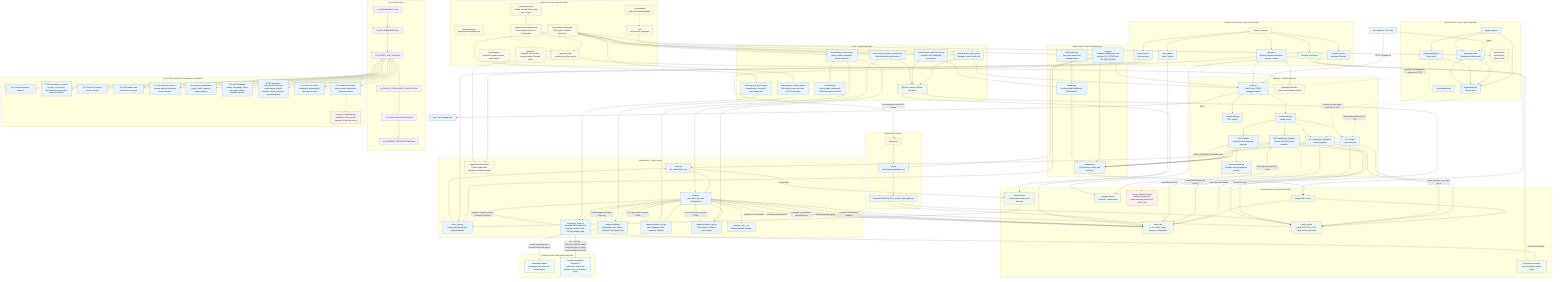
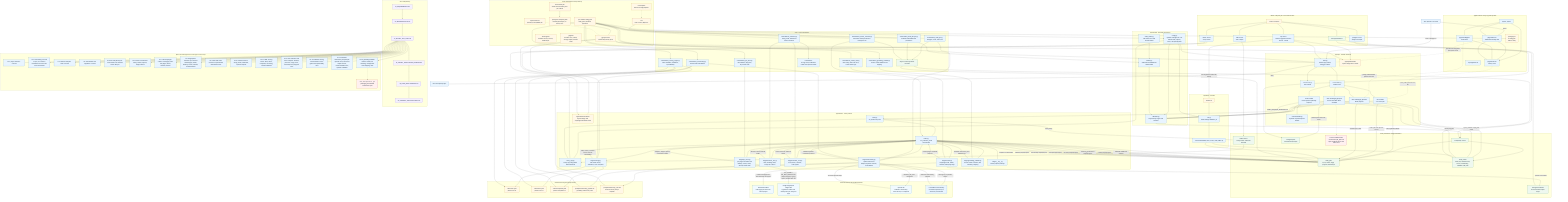
%% BLC Website Audit Automation - current implemented architecture
%% Generated from local repo audit on 2026-05-29.
%% Solid arrows are implemented runtime paths.
%% Dotted arrows are scaffolds, placeholders, or future-epic integration points.

flowchart TB
  classDef implemented fill:#e8f4ff,stroke:#1b64a0,color:#102033
  classDef data fill:#eef8ef,stroke:#2e7d32,color:#102033
  classDef config fill:#fff7e6,stroke:#b26a00,color:#102033
  classDef placeholder fill:#fff0f0,stroke:#b42318,color:#102033
  classDef docs fill:#f4f0ff,stroke:#6941c6,color:#102033
  classDef external fill:#f0f9ff,stroke:#0369a1,color:#102033

  Operator["BLC operator / API client"]:::implemented

  subgraph Frontend["apps/frontend - Next.js TypeScript shell"]
    FrontendApp["pages/_app.tsx"]:::implemented
    HomePage["pages/index.tsx<br/>Submission landing shell"]:::implemented
    AuditsPage["pages/audits.tsx<br/>History shell"]:::implemented
    AuditDetailPage["pages/audit/[id].tsx<br/>Detail shell"]:::implemented
    FrontendStyles["styles/globals.css"]:::implemented
    FrontendTooling["package.json<br/>tsconfig.json<br/>ESLint config"]:::config
  end

  subgraph Api["apps/api - FastAPI backend"]
    FastApiApp["main.py<br/>FastAPI app, CORS, Swagger redirect"]:::implemented
    HealthRouter["routes/health.py<br/>GET /health"]:::implemented
    AuditsRouter["routes/audits.py<br/>/audits router"]:::implemented
    AuditSchemas["schemas/audits.py<br/>Pydantic request/response models"]:::implemented
    CreateAudit["POST /audits<br/>Create job and optionally enqueue"]:::implemented
    ListAudits["GET /audits<br/>List recent jobs"]:::implemented
    StatusAudit["GET /audits/{job_id}/status<br/>Read progress"]:::implemented
    ReportAudit["GET /audits/{job_id}/report<br/>Stream local PDF when available"]:::implemented
    ApiDockerfile["apps/api/Dockerfile<br/>Python image with uv install"]:::config
  end

  subgraph Shared["apps/shared - backend shared layer"]
-     Settings["config.py<br/>Pydantic settings from .env<br/>includes PSI_SCOPE and PSI_MAX_PAGES"]:::implemented
+     Settings["config.py<br/>Pydantic settings from .env<br/>includes PSI, OpenAI, rubric, and prompt paths"]:::implemented
    Database["database.py<br/>SQLAlchemy engine and sessions"]:::implemented
    Models["models.py<br/>AuditJob and AuditResult ORM models"]:::implemented
    States["audit_states.py<br/>Job status enum and terminal states"]:::implemented
  end

  subgraph Worker["apps/worker - Celery worker"]
    CeleryApp["celery_app.py<br/>Celery app using Redis broker/backend"]:::implemented
    RunAudit["tasks.py<br/>run_audit Celery task"]:::implemented
    CollectionPipeline["tasks.py<br/>run_collection_audit orchestration"]:::implemented
    CrawlerStage["stages/crawler.py<br/>Playwright crawl, robots, timeouts, failed-page logs"]:::implemented
    PsiStage["stages/psi_client.py<br/>per-page PSI mobile and desktop, retries, cache, API-key header auth"]:::implemented
    SeoStage["stages/extractor_seo.py<br/>meta, headings, links, image alt, schema"]:::implemented
    UxStage["stages/extractor_uxui.py<br/>CTAs, forms, contacts, trust signals"]:::implemented
+     ScoringStage["stages/scoring.py<br/>safe YAML rubrics, evaluators, score composer"]:::implemented
+     CommentaryStage["stages/commentary.py<br/>OpenAI Structured Outputs, Pydantic schema, local fallback"]:::implemented
+     GroundingStage["stages/grounding_validator.py<br/>numeric claim extraction, fact matching, stripping"]:::implemented
    StagePackage["stages/__init__.py<br/>Worker pipeline package"]:::implemented
    WorkerDockerfile["apps/worker/Dockerfile<br/>Python image with Playwright Chromium install"]:::config
  end

  subgraph External["External services and audited websites"]
    TargetWebsite["Submitted website<br/>homepage plus same-site internal pages"]:::external
    GooglePsiApi["Google PageSpeed Insights API<br/>Lighthouse mobile and desktop facts per analyzed page"]:::external
+     OpenAIApi["OpenAI API<br/>ChatGPT commentary when API key is configured"]:::external
+     LocalFallback["Local fallback commentary<br/>used when OpenAI key is absent or provider fails"]:::implemented
  end

  subgraph Storage["Local persistence and generated files"]
    Postgres["PostgreSQL service"]:::data
    Redis["Redis service<br/>Celery broker and result backend"]:::data
    AuditJobsTable["audit_jobs<br/>id, url, status, stage, progress, timestamps"]:::data
-     AuditResultsTable["audit_results<br/>crawl, PSI, SEO, UX/UI facts, scores, pdf_path"]:::data
+     AuditResultsTable["audit_results<br/>crawl, PSI, SEO/UX facts, scores, commentary, validation, pdf_path"]:::data
    ReportStorage["storage/reports<br/>local PDF output target"]:::data
    ScreenshotStorage["storage/screenshots<br/>local screenshot output target"]:::data
-     NoPdfYet["Current collection result leaves pdf_path null<br/>report endpoint returns 404 until P1-E4"]:::placeholder
+     NoPdfYet["Current validated audit result leaves pdf_path null<br/>report endpoint returns 404 until P1-E4"]:::placeholder
  end

  subgraph Migrations["migrations - Alembic"]
    AlembicConfig["alembic.ini"]:::config
    AlembicEnv["env.py<br/>loads Settings.database_url"]:::implemented
    InitialMigration["versions/20260528_0001_create_audit_tables.py"]:::implemented
  end

  subgraph Compose["docker-compose.yml - local runtime stack"]
    ComposeFile["Docker Compose"]:::config
    ApiService["api service<br/>alembic upgrade head then uvicorn --reload"]:::implemented
    WorkerService["worker service<br/>celery worker"]:::implemented
    PostgresService["postgres service<br/>postgres:16-alpine"]:::implemented
    RedisService["redis service<br/>redis:7-alpine"]:::implemented
    StorageBind["./storage bind mount"]:::data
  end

  subgraph Tooling["Local development and QA tooling"]
-     EnvExample[".env.example<br/>safe local config template"]:::config
+     EnvExample[".env.template<br/>safe local config template"]:::config
    EnvFile[".env<br/>local secrets, gitignored"]:::config
    PyProject["pyproject.toml<br/>runtime deps, Ruff, pytest"]:::config
    PoetryLock["poetry.lock and poetry.toml<br/>locked Python deps, no Poetry venv"]:::config
    Requirements["requirements.txt<br/>pinned pip compatibility list"]:::config
    CondaEnv["environment.yml<br/>Conda env with Poetry and pre-commit"]:::config
    PreCommit[".pre-commit-config.yaml<br/>Ruff, pytest, frontend typecheck"]:::config
    DockerIgnore[".dockerignore<br/>excludes caches, secrets, build output"]:::config
    GitIgnore[".gitignore<br/>excludes .env, caches, storage output, frontend build"]:::config
  end

+   subgraph ConfigAssets["Versioned scoring and prompt assets"]
+     SeoRubric["rubrics/seo.yaml<br/>phase1-seo-v1"]:::config
+     UxRubric["rubrics/uxui.yaml<br/>phase1-uxui-v1"]:::config
+     CompositeRubric["rubrics/composite.yaml<br/>phase1-composite-v1"]:::config
+     CommentarySystemPrompt["prompts/commentary_system.md<br/>grounding and security rules"]:::config
+     CommentaryUserPrompt["prompts/commentary_user.md<br/>facts and score prompt template"]:::config
+   end
+ 
  subgraph Tests["tests - current verification"]
    ApiTests["tests/unit/test_audit_api.py<br/>Swagger, create, status, list"]:::implemented
    LifecycleTests["tests/unit/test_audit_lifecycle.py<br/>AuditJob and AuditResult persistence"]:::implemented
    CrawlerTests["tests/unit/test_crawler_utils.py<br/>URL safety, same-site rules, HTTP failure logic"]:::implemented
    ExtractorTests["tests/unit/test_extractors.py<br/>strong, weak, malformed fixture extraction"]:::implemented
    PsiTests["tests/unit/test_psi_client.py<br/>normalization, skip path, key header auth"]:::implemented
-     WorkerCollectionTests["tests/unit/test_worker_collection.py<br/>collection artifact persistence"]:::implemented
+     ScoringTests["tests/unit/test_scoring_engine.py<br/>rubric validation, calibration, reproducibility"]:::implemented
+     CommentaryTests["tests/unit/test_commentary.py<br/>schema and local fallback"]:::implemented
+     GroundingTests["tests/unit/test_grounding_validator.py<br/>numeric claim validation and stripping"]:::implemented
+     WorkerCollectionTests["tests/unit/test_worker_collection.py<br/>full worker artifact persistence through P1-E3"]:::implemented
    FixturesDir["tests/fixtures<br/>strong, weak, malformed HTML and expected JSON"]:::implemented
    SQLiteTestDb["SQLite in-memory DB for unit tests"]:::data
  end

  subgraph Docs["docs and planning"]
    RequirementsDoc["01_REQUIREMENTS.md"]:::docs
    ImplementationDoc["02_IMPLEMENTATION.md"]:::docs
    JiraDoc["03_PHASE1_JIRA_PLAN.md"]:::docs
    HandoffDoc["04_PHASE1_CONFLUENCE_HANDOFF.md"]:::docs
    WalkthroughDoc["05_CODE_WALKTHROUGH.md"]:::docs
    ArchitectureDoc["06_CURRENT_ARCHITECTURE.mmd"]:::docs
  end

  Operator -->|"opens"| HomePage
  Operator -->|"HTTP / Swagger UI"| FastApiApp
  FrontendApp --> HomePage
  FrontendApp --> AuditsPage
  FrontendApp --> AuditDetailPage
  HomePage --> AuditsPage
  AuditsPage --> HomePage
  AuditDetailPage --> AuditsPage
  HomePage -.->|"operator API integration planned in P1-E5"| FastApiApp
  AuditsPage -.->|"history table planned in P1-E5"| ListAudits
  AuditDetailPage -.->|"polling and download planned in P1-E5"| StatusAudit

  FastApiApp --> HealthRouter
  FastApiApp --> AuditsRouter
  FastApiApp -->|"GET /"| SwaggerDocs["/docs and /openapi.json"]:::implemented
  AuditsRouter --> CreateAudit
  AuditsRouter --> ListAudits
  AuditsRouter --> StatusAudit
  AuditsRouter --> ReportAudit
  CreateAudit --> AuditSchemas
  CreateAudit --> Database
  ListAudits --> Database
  StatusAudit --> Database
  ReportAudit --> Database

  Settings --> FastApiApp
  Settings --> Database
  Settings --> CeleryApp
  Settings --> AlembicEnv
  States --> Models
  Models --> Database
  Database --> Postgres
  Postgres --> AuditJobsTable
  Postgres --> AuditResultsTable

  CreateAudit -->|"insert queued AuditJob"| AuditJobsTable
  CreateAudit -->|"AUDIT_ENQUEUE_ENABLED=true"| RunAudit
  RunAudit -->|"Celery delay"| Redis
  Redis --> CeleryApp
  CeleryApp --> RunAudit
  RunAudit --> CollectionPipeline
  CollectionPipeline -->|"crawling stage/progress"| AuditJobsTable
  CollectionPipeline --> CrawlerStage
  CrawlerStage -->|"render homepage and selected same-site pages"| TargetWebsite
  CrawlerStage -->|"optional screenshots"| ScreenshotStorage
  CollectionPipeline -->|"collecting_performance stage/progress"| AuditJobsTable
  CollectionPipeline --> PsiStage
  PsiStage -->|"PSI_SCOPE / PSI_MAX_PAGES select analyzed pages; x-goog-api-key header when set"| GooglePsiApi
  CollectionPipeline -->|"extracting stage/progress"| AuditJobsTable
  CollectionPipeline --> SeoStage
  CollectionPipeline --> UxStage
  SeoStage -->|"SEO facts from rendered HTML"| CollectionPipeline
  UxStage -->|"UX/UI facts from rendered HTML"| CollectionPipeline
  PsiStage -->|"complete, skipped, partial, or failed PSI artifact"| CollectionPipeline
  CrawlerStage -->|"crawled pages and failed-page log"| CollectionPipeline
-   CollectionPipeline -->|"collection AuditResult artifacts"| AuditResultsTable
+   CollectionPipeline -->|"scoring stage/progress"| AuditJobsTable
+   CollectionPipeline --> ScoringStage
+   ScoringStage --> SeoRubric
+   ScoringStage --> UxRubric
+   ScoringStage --> CompositeRubric
+   ScoringStage -->|"SEO, UX/UI, Lead Gen scores and rule breakdowns"| CollectionPipeline
+   CollectionPipeline -->|"commenting stage/progress"| AuditJobsTable
+   CollectionPipeline --> CommentaryStage
+   CommentaryStage --> CommentarySystemPrompt
+   CommentaryStage --> CommentaryUserPrompt
+   CommentaryStage -->|"OPENAI_API_KEY configured"| OpenAIApi
+   CommentaryStage -->|"missing key or provider failure"| LocalFallback
+   OpenAIApi -->|"structured parsed output"| CommentaryStage
+   LocalFallback -->|"valid local commentary payload"| CommentaryStage
+   CommentaryStage -->|"validated Pydantic commentary artifact"| CollectionPipeline
+   CollectionPipeline -->|"validating stage/progress"| AuditJobsTable
+   CollectionPipeline --> GroundingStage
+   GroundingStage -->|"sanitized commentary and validation log"| CollectionPipeline
+   CollectionPipeline -->|"validated AuditResult artifacts"| AuditResultsTable
  CollectionPipeline -->|"complete or failed status"| AuditJobsTable
  CollectionPipeline --> StagePackage

  ListAudits -->|"reads jobs and optional scores"| AuditJobsTable
  ListAudits --> AuditResultsTable
  StatusAudit -->|"reads lifecycle state"| AuditJobsTable
  StatusAudit -->|"report_available if pdf_path exists"| AuditResultsTable
  ReportAudit -->|"checks pdf_path"| AuditResultsTable
  ReportAudit -->|"FileResponse when file exists"| ReportStorage
  ReportAudit -.-> NoPdfYet

  ComposeFile --> ApiService
  ComposeFile --> WorkerService
  ComposeFile --> PostgresService
  ComposeFile --> RedisService
  ComposeFile --> StorageBind
  ApiService --> ApiDockerfile
  WorkerService --> WorkerDockerfile
  ApiService --> FastApiApp
  WorkerService --> CeleryApp
  PostgresService --> Postgres
  RedisService --> Redis
  StorageBind --> ReportStorage
  StorageBind --> ScreenshotStorage
  ApiService -->|"runs migrations before API startup"| AlembicConfig

  AlembicConfig --> AlembicEnv
  AlembicEnv --> InitialMigration
  InitialMigration --> AuditJobsTable
  InitialMigration --> AuditResultsTable

  EnvExample -.-> EnvFile
  EnvFile --> Settings
  PyProject --> ApiDockerfile
  PyProject --> WorkerDockerfile
+   PyProject --> ScoringStage
+   PyProject --> CommentaryStage
  CondaEnv --> PoetryLock
  PoetryLock --> PyProject
  Requirements -.-> PyProject
  PreCommit --> ApiTests
  PreCommit --> LifecycleTests
  PreCommit --> CrawlerTests
  PreCommit --> ExtractorTests
  PreCommit --> PsiTests
+   PreCommit --> ScoringTests
+   PreCommit --> CommentaryTests
+   PreCommit --> GroundingTests
  PreCommit --> WorkerCollectionTests
  PreCommit --> FrontendTooling

  ApiTests --> FastApiApp
  ApiTests --> SQLiteTestDb
  LifecycleTests --> Models
  LifecycleTests --> SQLiteTestDb
  CrawlerTests --> CrawlerStage
  ExtractorTests --> SeoStage
  ExtractorTests --> UxStage
  ExtractorTests --> FixturesDir
  PsiTests --> PsiStage
+   ScoringTests --> ScoringStage
+   ScoringTests --> SeoRubric
+   ScoringTests --> UxRubric
+   ScoringTests --> CompositeRubric
+   CommentaryTests --> CommentaryStage
+   CommentaryTests --> CommentarySystemPrompt
+   CommentaryTests --> CommentaryUserPrompt
+   GroundingTests --> GroundingStage
  WorkerCollectionTests --> CollectionPipeline
  WorkerCollectionTests --> SQLiteTestDb
  SQLiteTestDb --> AuditJobsTable
  SQLiteTestDb --> AuditResultsTable

  RequirementsDoc --> ImplementationDoc
  ImplementationDoc --> JiraDoc
  JiraDoc --> HandoffDoc
  HandoffDoc --> WalkthroughDoc
  WalkthroughDoc --> ArchitectureDoc

-   subgraph EpicStatus["Epic P1-E1 and P1-E2 coverage in current repo"]
+   subgraph EpicStatus["Epic P1-E1 through P1-E3 coverage in current repo"]
    P11["P1-1 project structure: covered"]:::implemented
    P12["P1-2 local tooling: covered in repo; uv is used in Dockerfiles but not on this active shell PATH"]:::implemented
    P13["P1-3 Docker Compose stack: covered"]:::implemented
    P14["P1-4 DB models and migrations: covered"]:::implemented
    P15["P1-5 API and job lifecycle: covered with real collection worker lifecycle"]:::implemented
    P16["P1-6 worker orchestration: Celery, Redis, enqueue, stages, failures"]:::implemented
    P17["P1-7 safe Playwright crawler: homepage, same-site pages, robots, timeouts, failures"]:::implemented
    P18["P1-8 PageSpeed collection: per selected crawled page, mobile, desktop, retries, timeouts, normalized facts"]:::implemented
    P19["P1-9 SEO and UX/UI extractors: implemented deterministic facts"]:::implemented
    P110["P1-10 extractor fixtures: strong, weak, malformed, expected outputs"]:::implemented
-     LaterEpics["Scoring, AI commentary, validation, PDF, and full operator UI are later epics"]:::placeholder
+     P111["P1-11 YAML scoring rubrics: SEO, UX/UI, composite, versioning, schema validation"]:::implemented
+     P112["P1-12 rule evaluators and score composer: boolean, presence, range, exact, threshold, linear, skipped rules"]:::implemented
+     P113["P1-13 calibration: strong and weak fixture score gates and reproducibility tests"]:::implemented
+     P114["P1-14 ChatGPT commentary and prompts: OpenAI client, structured output schema, recommendation tiers, Pydantic validation"]:::implemented
+     P115["P1-15 grounding validator: numeric claims, fact matching, unsupported-claim stripping, tests"]:::implemented
+     LaterEpics["PDF, final operator UI, QA packaging, and handoff remain later epics"]:::placeholder
  end

  JiraDoc --> P11
  JiraDoc --> P12
  JiraDoc --> P13
  JiraDoc --> P14
  JiraDoc --> P15
  JiraDoc --> P16
  JiraDoc --> P17
  JiraDoc --> P18
  JiraDoc --> P19
  JiraDoc --> P110
-   P110 -.-> LaterEpics
+   JiraDoc --> P111
+   JiraDoc --> P112
+   JiraDoc --> P113
+   JiraDoc --> P114
+   JiraDoc --> P115
+   P115 -.-> LaterEpics
